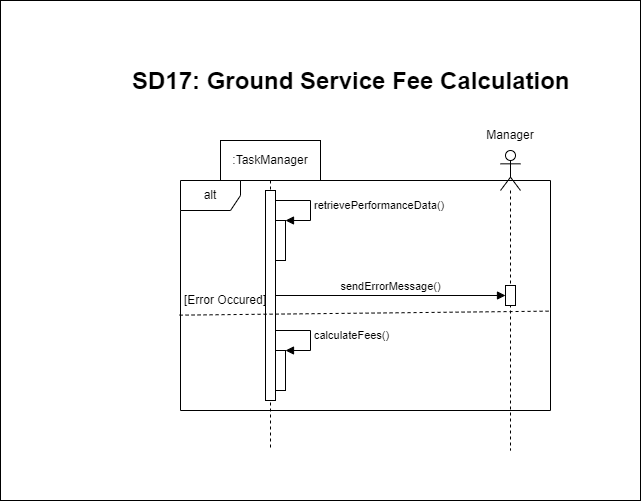
Earlier version of the draw.io export Diagramms/Sequence Diagrams/SequenceDiagram17.png (Smr002/Group01_Airport_Management_System). Source tidied: cells renumbered, new cells last; positions are measured from the earlier drawing's top-left corner, leaving out a move shared by most shapes. Its diagram source:
```xml
<mxGraphModel>
  <root>
    <mxCell id="0" />
    <mxCell id="1" parent="0" />
    <mxCell id="2" style="rounded=0;whiteSpace=wrap;html=1;" parent="1" vertex="1">
      <mxGeometry width="640" height="500" as="geometry" />
    </mxCell>
    <mxCell id="3" value=":TaskManager" style="shape=umlLifeline;perimeter=lifelinePerimeter;whiteSpace=wrap;html=1;newEdgeStyle={&quot;edgeStyle&quot;:&quot;elbowEdgeStyle&quot;,&quot;elbow&quot;:&quot;vertical&quot;,&quot;curved&quot;:0,&quot;rounded&quot;:0};" parent="1" vertex="1">
      <mxGeometry x="220" y="140" width="100" height="310" as="geometry" />
    </mxCell>
    <mxCell id="4" style="html=1;points=[];perimeter=orthogonalPerimeter;outlineConnect=0;targetShapes=umlLifeline;portConstraint=eastwest;newEdgeStyle={&quot;edgeStyle&quot;:&quot;elbowEdgeStyle&quot;,&quot;elbow&quot;:&quot;vertical&quot;,&quot;curved&quot;:0,&quot;rounded&quot;:0};" parent="3" vertex="1">
      <mxGeometry x="45" y="50" width="10" height="210" as="geometry" />
    </mxCell>
    <mxCell id="5" value="&lt;span style=&quot;color: rgba(0, 0, 0, 0); font-family: monospace; font-size: 0px; text-align: start;&quot;&gt;%3CmxGraphModel%3E%3Croot%3E%3CmxCell%20id%3D%220%22%2F%3E%3CmxCell%20id%3D%221%22%20parent%3D%220%22%2F%3E%3CmxCell%20id%3D%222%22%20value%3D%22%22%20style%3D%22html%3D1%3Bpoints%3D%5B%5B0%2C0%2C0%2C0%2C5%5D%2C%5B0%2C1%2C0%2C0%2C-5%5D%2C%5B1%2C0%2C0%2C0%2C5%5D%2C%5B1%2C1%2C0%2C0%2C-5%5D%5D%3Bperimeter%3DorthogonalPerimeter%3BoutlineConnect%3D0%3BtargetShapes%3DumlLifeline%3BportConstraint%3Deastwest%3BnewEdgeStyle%3D%7B%26quot%3Bcurved%26quot%3B%3A0%2C%26quot%3Brounded%26quot%3B%3A0%7D%3B%22%20vertex%3D%221%22%20parent%3D%221%22%3E%3CmxGeometry%20x%3D%22315%22%20y%3D%22150%22%20width%3D%2210%22%20height%3D%2240%22%20as%3D%22geometry%22%2F%3E%3C%2FmxCell%3E%3CmxCell%20id%3D%223%22%20value%3D%22validateCredentials(username%2Cpassword)%22%20style%3D%22html%3D1%3Balign%3Dleft%3BspacingLeft%3D2%3BendArrow%3Dblock%3Brounded%3D0%3BedgeStyle%3DorthogonalEdgeStyle%3Bcurved%3D0%3Brounded%3D0%3B%22%20edge%3D%221%22%20target%3D%222%22%20parent%3D%221%22%3E%3CmxGeometry%20relative%3D%221%22%20as%3D%22geometry%22%3E%3CmxPoint%20x%3D%22315%22%20y%3D%22130%22%20as%3D%22sourcePoint%22%2F%3E%3CArray%20as%3D%22points%22%3E%3CmxPoint%20x%3D%22350%22%20y%3D%22130%22%2F%3E%3CmxPoint%20x%3D%22350%22%20y%3D%22150%22%2F%3E%3C%2FArray%3E%3CmxPoint%20x%3D%22325%22%20y%3D%22140%22%20as%3D%22targetPoint%22%2F%3E%3C%2FmxGeometry%3E%3C%2FmxCell%3E%3C%2Froot%3E%3C%2FmxGraphModel%3E&lt;/span&gt;" style="html=1;points=[[0,0,0,0,5],[0,1,0,0,-5],[1,0,0,0,5],[1,1,0,0,-5]];perimeter=orthogonalPerimeter;outlineConnect=0;targetShapes=umlLifeline;portConstraint=eastwest;newEdgeStyle={&quot;curved&quot;:0,&quot;rounded&quot;:0};" parent="3" vertex="1">
      <mxGeometry x="55" y="80" width="10" height="40" as="geometry" />
    </mxCell>
    <mxCell id="6" value="retrievePerformanceData()" style="html=1;align=left;spacingLeft=2;endArrow=block;rounded=0;edgeStyle=orthogonalEdgeStyle;curved=0;rounded=0;" parent="3" edge="1" target="5">
      <mxGeometry relative="1" as="geometry">
        <mxPoint x="55" y="60" as="sourcePoint" />
        <Array as="points">
          <mxPoint x="90" y="60" />
          <mxPoint x="90" y="80" />
        </Array>
      </mxGeometry>
    </mxCell>
    <mxCell id="7" value="&lt;span style=&quot;color: rgba(0, 0, 0, 0); font-family: monospace; font-size: 0px; text-align: start;&quot;&gt;%3CmxGraphModel%3E%3Croot%3E%3CmxCell%20id%3D%220%22%2F%3E%3CmxCell%20id%3D%221%22%20parent%3D%220%22%2F%3E%3CmxCell%20id%3D%222%22%20value%3D%22%22%20style%3D%22html%3D1%3Bpoints%3D%5B%5B0%2C0%2C0%2C0%2C5%5D%2C%5B0%2C1%2C0%2C0%2C-5%5D%2C%5B1%2C0%2C0%2C0%2C5%5D%2C%5B1%2C1%2C0%2C0%2C-5%5D%5D%3Bperimeter%3DorthogonalPerimeter%3BoutlineConnect%3D0%3BtargetShapes%3DumlLifeline%3BportConstraint%3Deastwest%3BnewEdgeStyle%3D%7B%26quot%3Bcurved%26quot%3B%3A0%2C%26quot%3Brounded%26quot%3B%3A0%7D%3B%22%20vertex%3D%221%22%20parent%3D%221%22%3E%3CmxGeometry%20x%3D%22315%22%20y%3D%22150%22%20width%3D%2210%22%20height%3D%2240%22%20as%3D%22geometry%22%2F%3E%3C%2FmxCell%3E%3CmxCell%20id%3D%223%22%20value%3D%22validateCredentials(username%2Cpassword)%22%20style%3D%22html%3D1%3Balign%3Dleft%3BspacingLeft%3D2%3BendArrow%3Dblock%3Brounded%3D0%3BedgeStyle%3DorthogonalEdgeStyle%3Bcurved%3D0%3Brounded%3D0%3B%22%20edge%3D%221%22%20target%3D%222%22%20parent%3D%221%22%3E%3CmxGeometry%20relative%3D%221%22%20as%3D%22geometry%22%3E%3CmxPoint%20x%3D%22315%22%20y%3D%22130%22%20as%3D%22sourcePoint%22%2F%3E%3CArray%20as%3D%22points%22%3E%3CmxPoint%20x%3D%22350%22%20y%3D%22130%22%2F%3E%3CmxPoint%20x%3D%22350%22%20y%3D%22150%22%2F%3E%3C%2FArray%3E%3CmxPoint%20x%3D%22325%22%20y%3D%22140%22%20as%3D%22targetPoint%22%2F%3E%3C%2FmxGeometry%3E%3C%2FmxCell%3E%3C%2Froot%3E%3C%2FmxGraphModel%3E&lt;/span&gt;" style="html=1;points=[[0,0,0,0,5],[0,1,0,0,-5],[1,0,0,0,5],[1,1,0,0,-5]];perimeter=orthogonalPerimeter;outlineConnect=0;targetShapes=umlLifeline;portConstraint=eastwest;newEdgeStyle={&quot;curved&quot;:0,&quot;rounded&quot;:0};" parent="3" vertex="1">
      <mxGeometry x="55" y="210" width="10" height="40" as="geometry" />
    </mxCell>
    <mxCell id="8" value="calculateFees()" style="html=1;align=left;spacingLeft=2;endArrow=block;rounded=0;edgeStyle=orthogonalEdgeStyle;curved=0;rounded=0;" parent="3" edge="1" target="7">
      <mxGeometry relative="1" as="geometry">
        <mxPoint x="55" y="190" as="sourcePoint" />
        <Array as="points">
          <mxPoint x="90" y="190" />
          <mxPoint x="90" y="210" />
        </Array>
      </mxGeometry>
    </mxCell>
    <mxCell id="9" value="&lt;h1 style=&quot;margin-top: 0px;&quot;&gt;SD17: Ground Service Fee Calculation&lt;/h1&gt;" style="text;html=1;whiteSpace=wrap;overflow=hidden;rounded=0;" parent="1" vertex="1">
      <mxGeometry x="130" y="60" width="490" height="40" as="geometry" />
    </mxCell>
    <mxCell id="10" style="shape=umlLifeline;perimeter=lifelinePerimeter;whiteSpace=wrap;html=1;newEdgeStyle={&quot;curved&quot;:0,&quot;rounded&quot;:0};participant=umlActor;" parent="1" vertex="1">
      <mxGeometry x="500" y="150" width="20" height="300" as="geometry" />
    </mxCell>
    <mxCell id="11" style="html=1;points=[[0,0,0,0,5],[0,1,0,0,-5],[1,0,0,0,5],[1,1,0,0,-5]];perimeter=orthogonalPerimeter;outlineConnect=0;targetShapes=umlLifeline;portConstraint=eastwest;newEdgeStyle={&quot;curved&quot;:0,&quot;rounded&quot;:0};" parent="10" vertex="1">
      <mxGeometry x="5" y="135" width="10" height="20" as="geometry" />
    </mxCell>
    <mxCell id="12" value="Manager" style="text;strokeColor=none;align=center;fillColor=none;html=1;verticalAlign=middle;whiteSpace=wrap;rounded=0;" parent="1" vertex="1">
      <mxGeometry x="480" y="120" width="60" height="30" as="geometry" />
    </mxCell>
    <mxCell id="13" value="alt" style="shape=umlFrame;whiteSpace=wrap;html=1;" parent="1" vertex="1">
      <mxGeometry x="180" y="180" width="370" height="230" as="geometry" />
    </mxCell>
    <mxCell id="14" value="[Error Occured]" style="text;strokeColor=none;align=center;fillColor=none;html=1;verticalAlign=middle;whiteSpace=wrap;rounded=0;" parent="1" vertex="1">
      <mxGeometry x="180" y="287.5" width="90" height="25" as="geometry" />
    </mxCell>
    <mxCell id="15" value="sendErrorMessage()" style="html=1;verticalAlign=bottom;endArrow=block;curved=0;rounded=0;" parent="1" edge="1" source="4" target="11">
      <mxGeometry relative="1" as="geometry" />
    </mxCell>
    <mxCell id="16" style="endArrow=none;dashed=1;html=1;rounded=0;exitX=0.002;exitY=0.476;exitDx=0;exitDy=0;exitPerimeter=0;entryX=0.997;entryY=0.568;entryDx=0;entryDy=0;entryPerimeter=0;" parent="1" edge="1" target="13">
      <mxGeometry relative="1" as="geometry">
        <mxPoint x="179.1" y="314.6" as="sourcePoint" />
      </mxGeometry>
    </mxCell>
  </root>
</mxGraphModel>
```
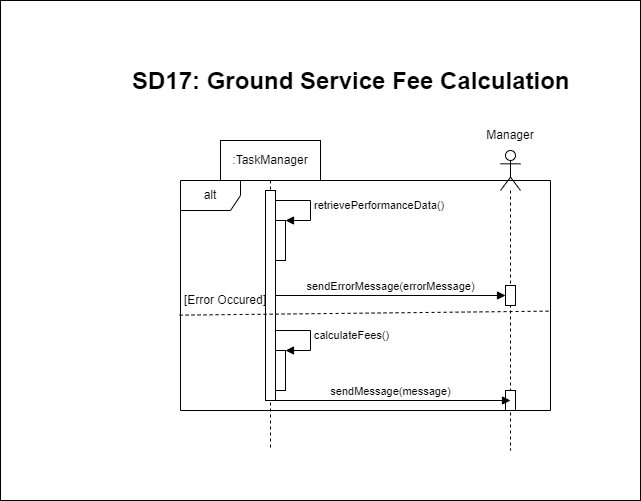
After the commit.

The edit, as a diff of the source:
```diff
@@ -44,6 +44,9 @@
     <mxCell id="11" style="html=1;points=[[0,0,0,0,5],[0,1,0,0,-5],[1,0,0,0,5],[1,1,0,0,-5]];perimeter=orthogonalPerimeter;outlineConnect=0;targetShapes=umlLifeline;portConstraint=eastwest;newEdgeStyle={&quot;curved&quot;:0,&quot;rounded&quot;:0};" parent="10" vertex="1">
       <mxGeometry x="5" y="135" width="10" height="20" as="geometry" />
     </mxCell>
+    <mxCell id="17" style="html=1;perimeter=orthogonalPerimeter;targetShapes=umlLifeline;newEdgeStyle={&quot;curved&quot;:0,&quot;rounded&quot;:0};" parent="10" vertex="1">
+      <mxGeometry x="5" y="240" width="10" height="20" as="geometry" />
+    </mxCell>
     <mxCell id="12" value="Manager" style="text;strokeColor=none;align=center;fillColor=none;html=1;verticalAlign=middle;whiteSpace=wrap;rounded=0;" parent="1" vertex="1">
       <mxGeometry x="480" y="120" width="60" height="30" as="geometry" />
     </mxCell>
@@ -53,7 +56,7 @@
     <mxCell id="14" value="[Error Occured]" style="text;strokeColor=none;align=center;fillColor=none;html=1;verticalAlign=middle;whiteSpace=wrap;rounded=0;" parent="1" vertex="1">
       <mxGeometry x="180" y="287.5" width="90" height="25" as="geometry" />
     </mxCell>
-    <mxCell id="15" value="sendErrorMessage()" style="html=1;verticalAlign=bottom;endArrow=block;curved=0;rounded=0;" parent="1" edge="1" source="4" target="11">
+    <mxCell id="15" value="sendErrorMessage(errorMessage)" style="html=1;verticalAlign=bottom;endArrow=block;curved=0;rounded=0;" parent="1" edge="1" source="4" target="11">
       <mxGeometry relative="1" as="geometry" />
     </mxCell>
     <mxCell id="16" style="endArrow=none;dashed=1;html=1;rounded=0;exitX=0.002;exitY=0.476;exitDx=0;exitDy=0;exitPerimeter=0;entryX=0.997;entryY=0.568;entryDx=0;entryDy=0;entryPerimeter=0;" parent="1" edge="1" target="13">
@@ -61,5 +64,11 @@
         <mxPoint x="179.1" y="314.6" as="sourcePoint" />
       </mxGeometry>
     </mxCell>
+    <mxCell id="18" value="sendMessage(message)" style="html=1;verticalAlign=bottom;endArrow=block;curved=0;rounded=0;" parent="1" edge="1">
+      <mxGeometry relative="1" as="geometry">
+        <mxPoint x="270" y="400" as="sourcePoint" />
+        <mxPoint x="510" y="400" as="targetPoint" />
+      </mxGeometry>
+    </mxCell>
   </root>
 </mxGraphModel>
```
